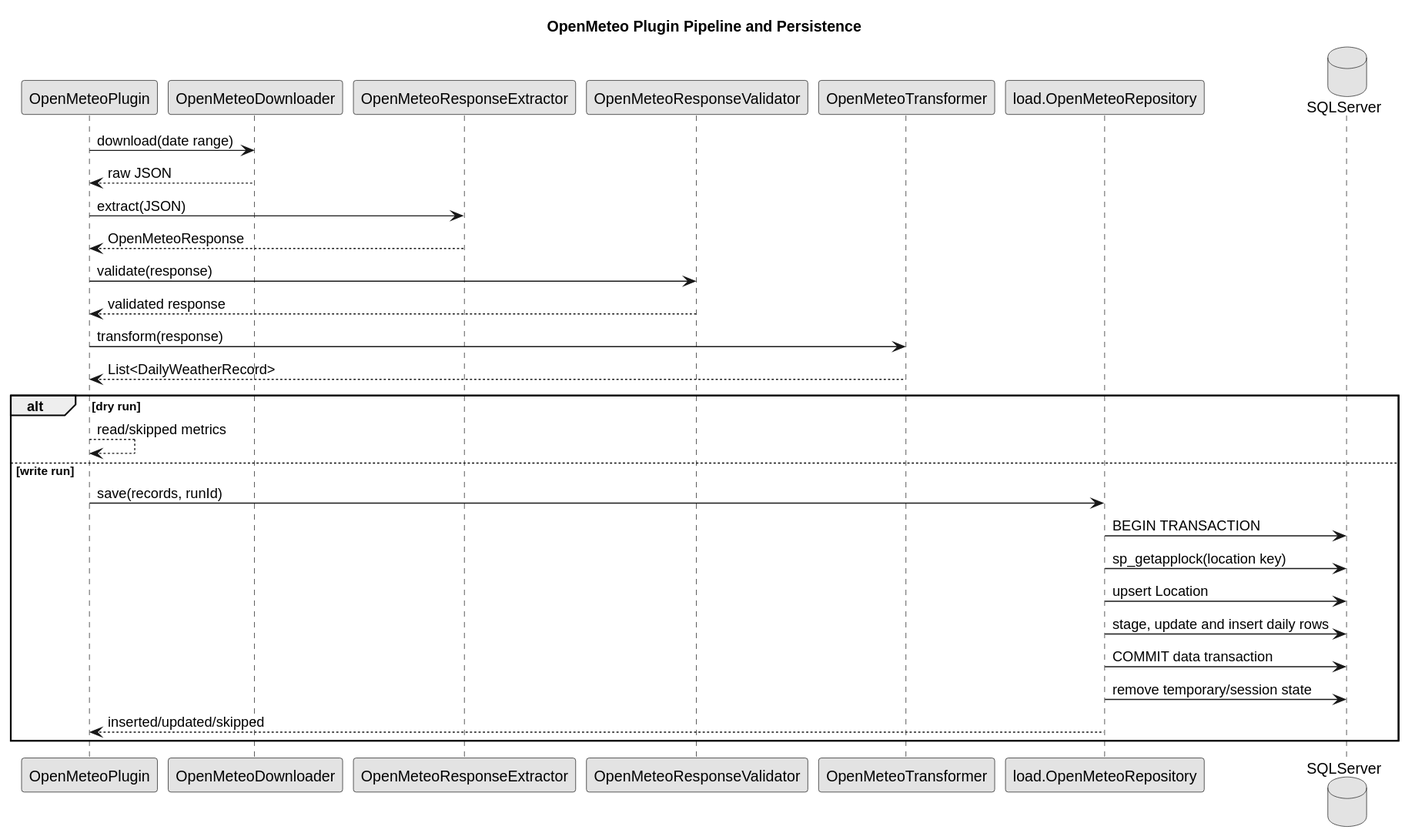
Above: docs/diagrams/generated/openmeteo-persistence.svg in TerryCurranZellis/OpenData (PlantUML), before the change. Its source is kept beside it as docs/diagrams/source/openmeteo-persistence.puml.
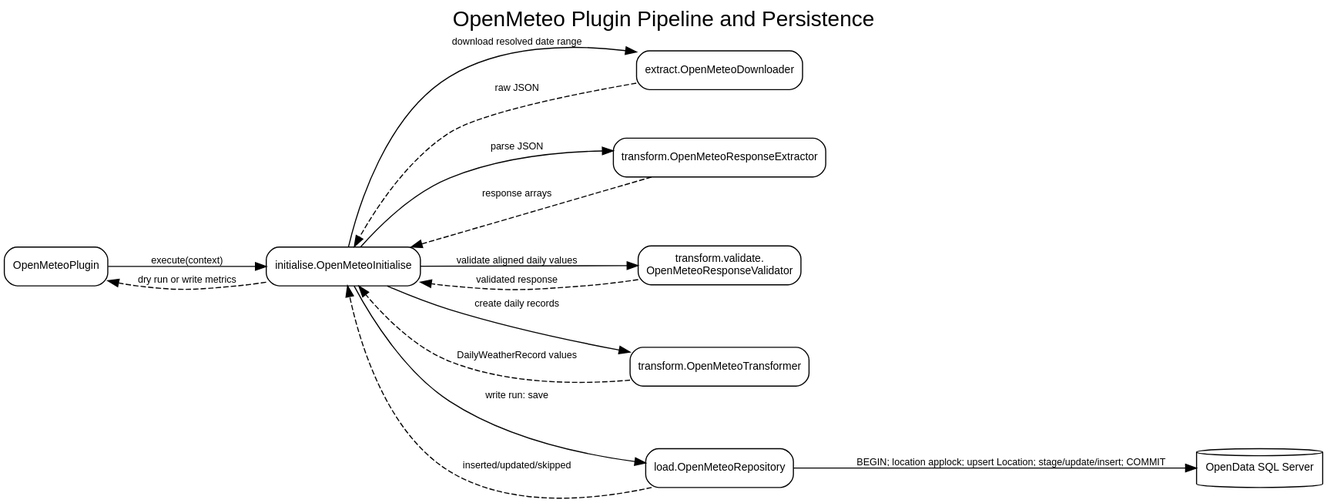
After the change.

Diff of the diagram source:
```diff
@@ -1,32 +1,32 @@
 @startuml
-skinparam monochrome true
 title OpenMeteo Plugin Pipeline and Persistence
 participant OpenMeteoPlugin as Plugin
-participant OpenMeteoDownloader as Download
-participant OpenMeteoResponseExtractor as Extract
-participant OpenMeteoResponseValidator as Validate
-participant OpenMeteoTransformer as Transform
+participant "initialise.OpenMeteoInitialise" as Initialise
+participant "extract.OpenMeteoDownloader" as Download
+participant "transform.OpenMeteoResponseExtractor" as Extract
+participant "transform.validate.OpenMeteoResponseValidator" as Validate
+participant "transform.OpenMeteoTransformer" as Transform
 participant "load.OpenMeteoRepository" as Load
-database SQLServer
+database "OpenData SQL Server" as SQLServer
 
-Plugin -> Download : download(date range)
-Download --> Plugin : raw JSON
-Plugin -> Extract : extract(JSON)
-Extract --> Plugin : OpenMeteoResponse
-Plugin -> Validate : validate(response)
-Validate --> Plugin : validated response
-Plugin -> Transform : transform(response)
-Transform --> Plugin : List<DailyWeatherRecord>
+Plugin -> Initialise : execute(context)
+Initialise -> Download : download(resolved date range)
+Download --> Initialise : raw JSON
+Initialise -> Extract : parse JSON
+Extract --> Initialise : response arrays
+Initialise -> Validate : validate aligned daily values
+Validate --> Initialise : validated response
+Initialise -> Transform : create DailyWeatherRecord values
+Transform --> Initialise : records
 alt dry run
-  Plugin --> Plugin : read/skipped metrics
+  Initialise --> Plugin : read/skipped metrics
 else write run
-  Plugin -> Load : save(records, runId)
-  Load -> SQLServer : BEGIN TRANSACTION
-  Load -> SQLServer : sp_getapplock(location key)
+  Initialise -> Load : save(configuration, records, runId)
+  Load -> SQLServer : BEGIN + location applock
   Load -> SQLServer : upsert Location
-  Load -> SQLServer : stage, update and insert daily rows
-  Load -> SQLServer : COMMIT data transaction
-  Load -> SQLServer : remove temporary/session state
-  Load --> Plugin : inserted/updated/skipped
+  Load -> SQLServer : stage, update, insert daily rows
+  Load -> SQLServer : COMMIT and restore session state
+  Load --> Initialise : inserted/updated/skipped
+  Initialise --> Plugin : metrics
 end
 @enduml
```
